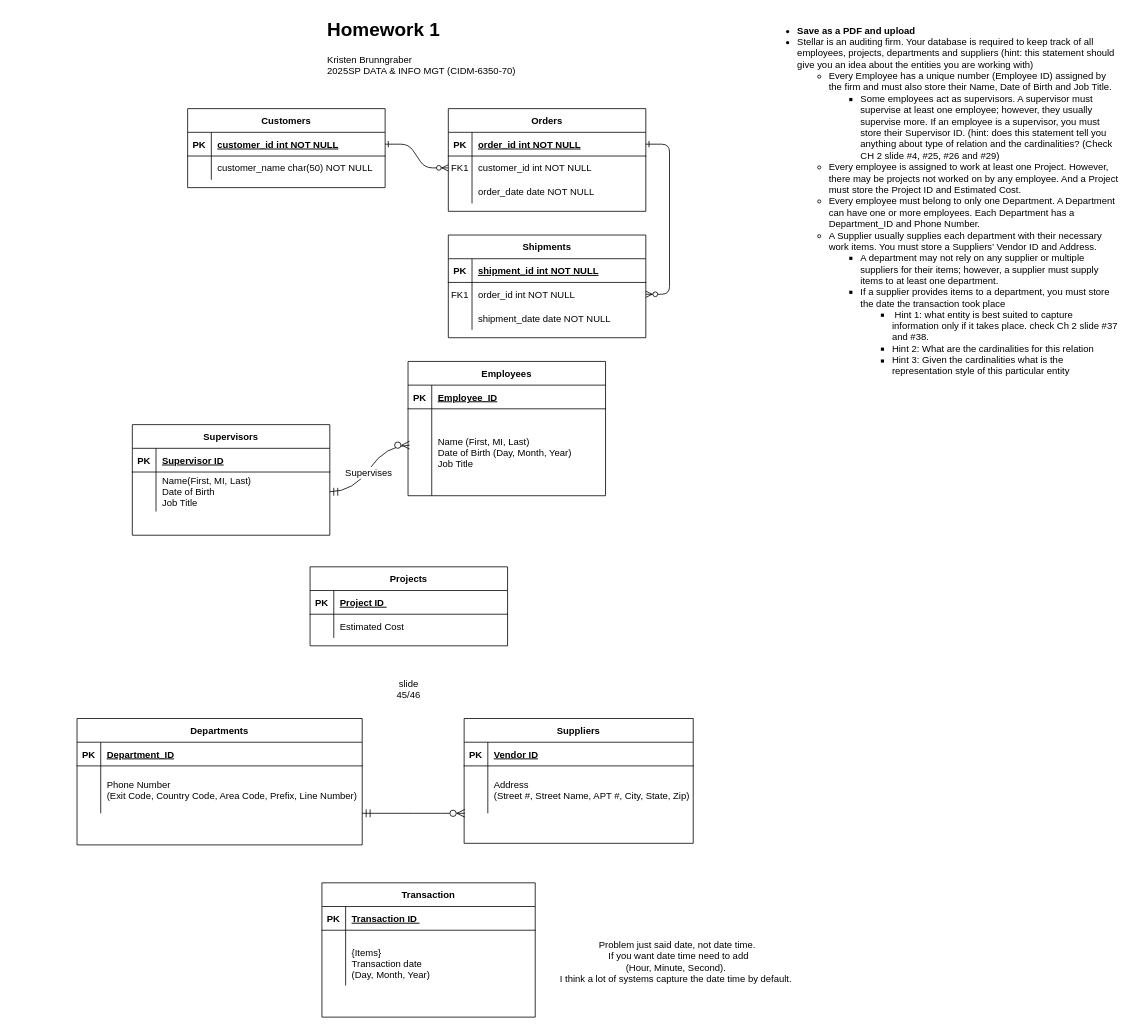
Above: Untitled Diagram.drawio in k-wtamu/CIDM6330 (draw.io), before the change. Source tidied: cells renumbered, new cells numbered last; positions are measured from the earlier drawing's top-left corner, leaving out a move shared by most shapes. Both pictures are drawn from the tidied source at 79%, with x=0, y=0 at pixel (77, 13).
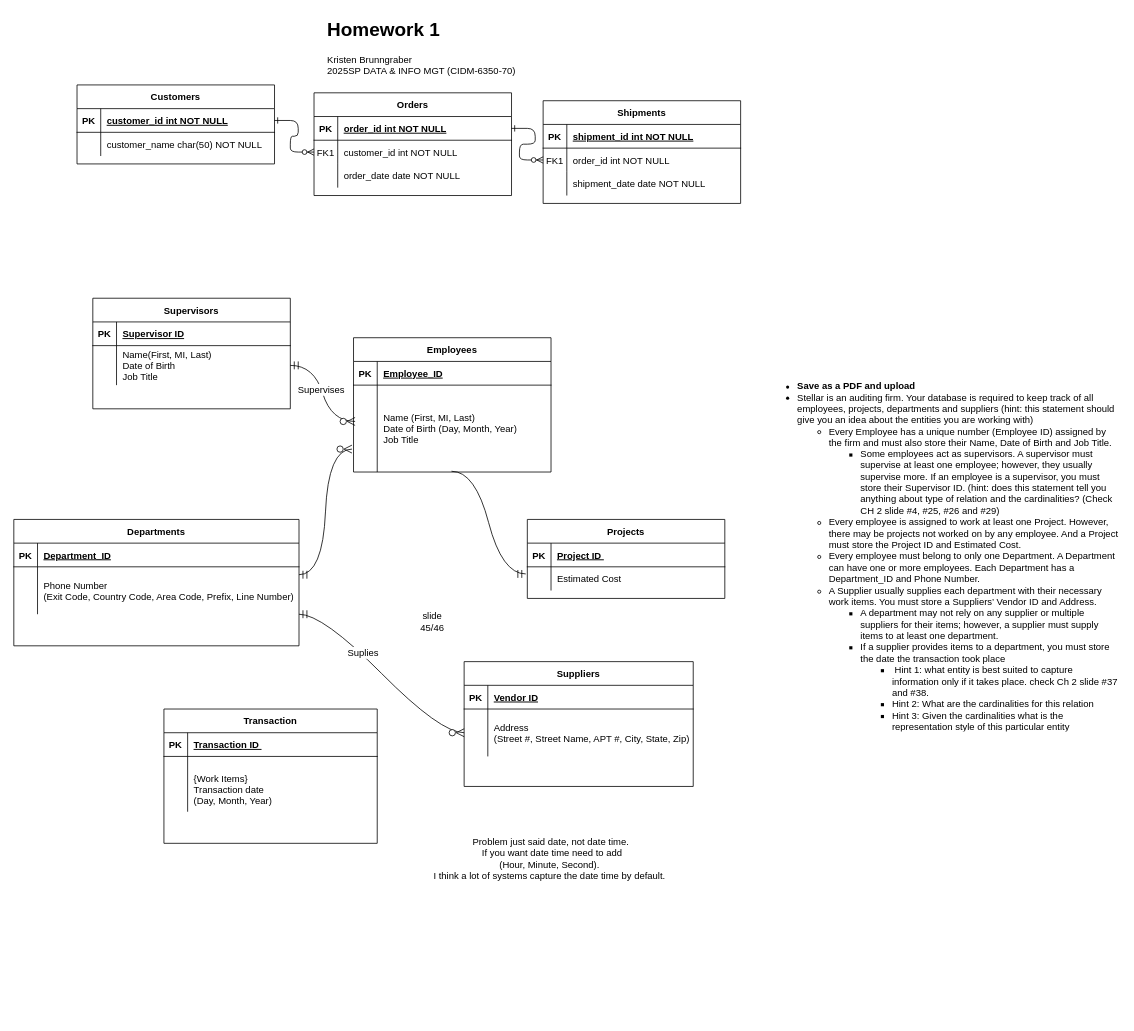
Above is the later version.

The change refers to these unchanged cells:
```xml
<mxCell id="37" style="shape=partialRectangle;fillColor=none;points=[[0,0.5],[1,0.5]];portConstraint=eastwest;top=0;left=0;right=0;bottom=0;" parent="33" vertex="1">
  <mxGeometry y="60" width="250" height="110" as="geometry" />
</mxCell>
<mxCell id="44" style="shape=partialRectangle;fillColor=none;points=[[0,0.5],[1,0.5]];portConstraint=eastwest;top=0;left=0;right=0;bottom=0;" parent="40" vertex="1">
  <mxGeometry y="60" width="250" height="30" as="geometry" />
</mxCell>
<mxCell id="58" style="shape=partialRectangle;fillColor=none;points=[[0,0.5],[1,0.5]];portConstraint=eastwest;top=0;left=0;right=0;bottom=0;" parent="54" vertex="1">
  <mxGeometry y="60" width="290" height="60" as="geometry" />
</mxCell>
<mxCell id="72" style="shape=partialRectangle;fillColor=none;top=0;left=0;right=0;bottom=0;" parent="68" vertex="1">
  <mxGeometry y="60" width="270" height="70" as="geometry" />
</mxCell>
```

Change to the diagram source:
```diff
@@
     <mxCell id="4" value="Orders" style="shape=table;startSize=30;childLayout=tableLayout;rowLines=0;fontStyle=1;align=center;" parent="1" vertex="1">
-      <mxGeometry x="470" y="120" width="250" height="130" as="geometry" />
+      <mxGeometry x="300" y="100" width="250" height="130" as="geometry" />
     </mxCell>
@@
     <mxCell id="14" value="Shipments" style="shape=table;startSize=30;childLayout=tableLayout;rowLines=0;fontStyle=1;align=center;" parent="1" vertex="1">
-      <mxGeometry x="470" y="280" width="250" height="130" as="geometry" />
+      <mxGeometry x="590" y="110" width="250" height="130" as="geometry" />
     </mxCell>
@@
     <mxCell id="24" value="Customers" style="shape=table;startSize=30;childLayout=tableLayout;rowLines=0;fontStyle=1;align=center;" parent="1" vertex="1">
-      <mxGeometry x="140" y="120" width="250" height="100" as="geometry" />
+      <mxGeometry y="90" width="250" height="100" as="geometry" />
     </mxCell>
@@
     <mxCell id="32" value="&lt;ul&gt;&lt;li&gt;&lt;b&gt;Save as a PDF and upload&lt;/b&gt;&lt;/li&gt;&lt;li&gt;Stellar is an auditing firm. Your database is required to keep track of all employees, projects, departments and suppliers (hint: this statement should give you an idea about the entities you are working with)&lt;/li&gt;&lt;ul&gt;&lt;li&gt;Every Employee has a unique number (Employee ID) assigned by the firm and must also store their Name, Date of Birth and Job Title.&lt;/li&gt;&lt;ul&gt;&lt;li&gt;Some employees act as supervisors. A supervisor must supervise at least one employee; however, they usually supervise more. If an employee is a supervisor, you must store their Supervisor ID. (hint: does this statement tell you anything about type of relation and the cardinalities? (Check CH 2 slide #4, #25, #26 and #29)&lt;/li&gt;&lt;/ul&gt;&lt;li&gt;Every employee is assigned to work at least one Project. However, there may be projects not worked on by any employee. And a Project must store the Project ID and Estimated Cost.&lt;/li&gt;&lt;li&gt;Every employee must belong to only one Department. A Department can have one or more employees. Each Department has a Department_ID and Phone Number.&lt;/li&gt;&lt;li&gt;A Supplier usually supplies each department with their necessary work items. You must store a Suppliers’ Vendor ID and Address.&lt;/li&gt;&lt;ul&gt;&lt;li&gt;A department may not rely on any supplier or multiple suppliers for their items; however, a supplier must supply items to at least one department.&lt;/li&gt;&lt;li&gt;If a supplier provides items to a department, you must store the date the transaction took place&lt;/li&gt;&lt;ul&gt;&lt;li&gt;&amp;nbsp;Hint 1: what entity is best suited to capture information only if it takes place. check Ch 2 slide #37 and #38.&lt;/li&gt;&lt;li&gt;Hint 2: What are the cardinalities for this relation&lt;/li&gt;&lt;li&gt;Hint 3: Given the cardinalities what is the representation style of this particular entity&lt;/li&gt;&lt;/ul&gt;&lt;/ul&gt;&lt;/ul&gt;&lt;/ul&gt;" style="text;strokeColor=none;fillColor=none;html=1;whiteSpace=wrap;verticalAlign=middle;overflow=hidden;" parent="1" vertex="1">
-      <mxGeometry x="870" width="450" height="460" as="geometry" />
+      <mxGeometry x="870" y="450" width="450" height="460" as="geometry" />
     </mxCell>
     <mxCell id="33" value="Employees" style="shape=table;startSize=30;childLayout=tableLayout;rowLines=0;fontStyle=1;align=center;" parent="1" vertex="1">
-      <mxGeometry x="419" y="440" width="250" height="170" as="geometry" />
+      <mxGeometry x="350" y="410" width="250" height="170" as="geometry" />
     </mxCell>
@@
     <mxCell id="40" value="Projects" style="shape=table;startSize=30;childLayout=tableLayout;rowLines=0;fontStyle=1;align=center;" parent="1" vertex="1">
-      <mxGeometry x="295" y="700" width="250" height="100" as="geometry" />
+      <mxGeometry x="570" y="640" width="250" height="100" as="geometry" />
     </mxCell>
@@
     <mxCell id="47" value="Departments" style="shape=table;startSize=30;childLayout=tableLayout;rowLines=0;fontStyle=1;align=center;" parent="1" vertex="1">
-      <mxGeometry y="892" width="361" height="160" as="geometry" />
+      <mxGeometry x="-80" y="640" width="361" height="160" as="geometry" />
     </mxCell>
@@
     <mxCell id="54" value="Suppliers" style="shape=table;startSize=30;childLayout=tableLayout;rowLines=0;fontStyle=1;align=center;" parent="1" vertex="1">
-      <mxGeometry x="490" y="892" width="290" height="158" as="geometry" />
+      <mxGeometry x="490" y="820" width="290" height="158" as="geometry" />
     </mxCell>
@@
     <mxCell id="61" value="Supervisors" style="shape=table;startSize=30;childLayout=tableLayout;rowLines=0;fontStyle=1;align=center;" parent="1" vertex="1">
-      <mxGeometry x="70" y="520" width="250" height="140" as="geometry" />
+      <mxGeometry x="20" y="360" width="250" height="140" as="geometry" />
     </mxCell>
@@
     <mxCell id="68" value="Transaction" style="shape=table;startSize=30;childLayout=tableLayout;rowLines=0;fontStyle=1;align=center;" parent="1" vertex="1">
-      <mxGeometry x="310" y="1100" width="270" height="170" as="geometry" />
+      <mxGeometry x="110" y="880" width="270" height="170" as="geometry" />
     </mxCell>
@@
-    <mxCell id="74" value="&#10;{Items}&#10;Transaction date&#10;(Day, Month, Year)" style="shape=partialRectangle;overflow=hidden;fillColor=none;top=0;left=0;bottom=0;right=0;align=left;spacingLeft=6;" parent="72" vertex="1">
+    <mxCell id="74" value="&#10;{Work Items}&#10;Transaction date&#10;(Day, Month, Year)" style="shape=partialRectangle;overflow=hidden;fillColor=none;top=0;left=0;bottom=0;right=0;align=left;spacingLeft=6;" parent="72" vertex="1">
       <mxGeometry x="30" width="240" height="70" as="geometry" />
     </mxCell>
-    <mxCell id="75" style="edgeStyle=entityRelationEdgeStyle;fontSize=12;html=1;endArrow=ERzeroToMany;startArrow=ERmandOne;rounded=0;startSize=8;endSize=8;curved=1;exitX=1;exitY=0.75;exitDx=0;exitDy=0;" parent="1" edge="1" source="47">
+    <mxCell id="75" style="edgeStyle=entityRelationEdgeStyle;fontSize=12;html=1;endArrow=ERzeroToMany;startArrow=ERmandOne;rounded=0;startSize=8;endSize=8;curved=1;exitX=1;exitY=0.75;exitDx=0;exitDy=0;entryX=0;entryY=0.5;entryDx=0;entryDy=0;" parent="1" edge="1" source="47" target="58">
       <mxGeometry relative="1" as="geometry">
-        <mxPoint x="491" y="1012" as="targetPoint" />
         <Array as="points">
           <mxPoint x="370" y="952" />
           <mxPoint x="400" y="972" />
           <mxPoint x="420" y="1032" />
           <mxPoint x="430" y="892" />
         </Array>
       </mxGeometry>
     </mxCell>
+    <mxCell id="80" value="Suplies" style="edgeLabel;html=1;align=center;verticalAlign=middle;fontSize=12;" parent="75" vertex="1">
+      <mxGeometry x="-0.26" y="2" relative="1" as="geometry" />
+    </mxCell>
     <mxCell id="76" value="slide 45/46" style="text;html=1;align=center;verticalAlign=middle;whiteSpace=wrap;rounded=0;" parent="1" vertex="1">
-      <mxGeometry x="390" y="840" width="60" height="30" as="geometry" />
+      <mxGeometry x="420" y="755" width="60" height="30" as="geometry" />
     </mxCell>
@@
     <mxCell id="79" value="Problem just said date, not date time.&lt;div&gt;&amp;nbsp;If you want date time need to add (&lt;span style=&quot;text-align: left; text-wrap-mode: nowrap;&quot;&gt;Hour, Minute, Second).&amp;nbsp;&lt;/span&gt;&lt;/div&gt;&lt;div&gt;&lt;span style=&quot;text-align: left; text-wrap-mode: nowrap;&quot;&gt;I think a lot of systems capture the date time by default.&amp;nbsp;&lt;/span&gt;&lt;/div&gt;" style="text;html=1;align=center;verticalAlign=middle;whiteSpace=wrap;rounded=0;" parent="1" vertex="1">
-      <mxGeometry x="620" y="1170" width="280" height="60" as="geometry" />
+      <mxGeometry x="460" y="1040" width="280" height="60" as="geometry" />
     </mxCell>
+    <mxCell id="81" style="edgeStyle=entityRelationEdgeStyle;fontSize=12;html=1;endArrow=ERmandOne;rounded=0;startSize=8;endSize=8;curved=1;entryX=-0.008;entryY=0.3;entryDx=0;entryDy=0;entryPerimeter=0;exitX=0.496;exitY=0.991;exitDx=0;exitDy=0;exitPerimeter=0;" parent="1" edge="1" source="37" target="44">
+      <mxGeometry relative="1" as="geometry">
+        <Array as="points">
+          <mxPoint x="700" y="680" />
+          <mxPoint x="690" y="680" />
+        </Array>
+      </mxGeometry>
+    </mxCell>
+    <mxCell id="82" style="edgeStyle=entityRelationEdgeStyle;fontSize=12;html=1;endArrow=ERzeroToMany;startArrow=ERmandOne;rounded=0;startSize=8;endSize=8;curved=1;entryX=-0.008;entryY=0.736;entryDx=0;entryDy=0;entryPerimeter=0;" parent="1" edge="1" target="37">
+      <mxGeometry relative="1" as="geometry">
+        <mxPoint x="281" y="710" as="sourcePoint" />
+      </mxGeometry>
+    </mxCell>
```
